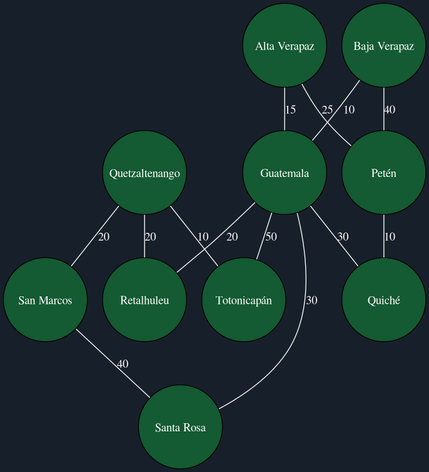
Marco131-xel/Edd_Proyecto2 keeps this Graphviz diagram as Rapidito/Mapa.png. Above is the earlier version. Its source is kept beside it as Rapidito/Mapa.dot.
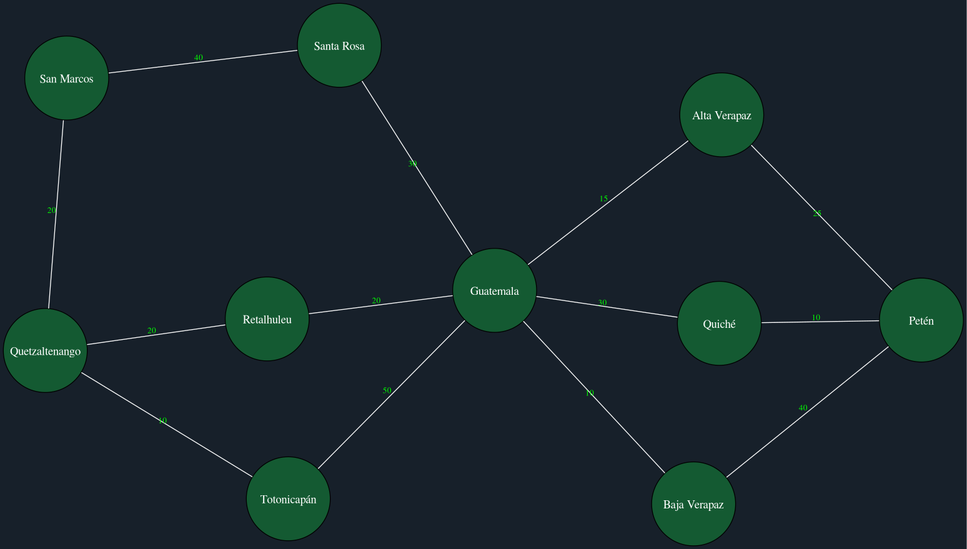
After the commit.

Commit message:
mejorando mapa

The edit, as a diff of the source:
```diff
@@ -2,17 +2,20 @@
   bgcolor="#17202a";
   node [style=filled, fillcolor="#145a32", fontcolor="white", shape=circle, width=1.4, fixedsize=true];
   edge [color="white", fontcolor="white"];
-  "Quetzaltenango" -- "Retalhuleu" [label="20"];
-  "Quetzaltenango" -- "Totonicapán" [label="10"];
-  "Quetzaltenango" -- "San Marcos" [label="20"];
-  "Alta Verapaz" -- "Petén" [label="25"];
-  "Alta Verapaz" -- "Guatemala" [label="15"];
-  "Petén" -- "Quiché" [label="10"];
-  "Guatemala" -- "Retalhuleu" [label="20"];
-  "Guatemala" -- "Totonicapán" [label="50"];
-  "Guatemala" -- "Santa Rosa" [label="30"];
-  "Guatemala" -- "Quiché" [label="30"];
-  "Baja Verapaz" -- "Guatemala" [label="10"];
-  "Baja Verapaz" -- "Petén" [label="40"];
-  "San Marcos" -- "Santa Rosa" [label="40"];
+  splines=true;
+  overlap=false;
+  layout=neato;
+  "Quetzaltenango" -- "Retalhuleu" [label="20", fontsize=10, fontcolor="green"];
+  "Quetzaltenango" -- "Totonicapán" [label="10", fontsize=10, fontcolor="green"];
+  "Quetzaltenango" -- "San Marcos" [label="20", fontsize=10, fontcolor="green"];
+  "Alta Verapaz" -- "Petén" [label="25", fontsize=10, fontcolor="green"];
+  "Alta Verapaz" -- "Guatemala" [label="15", fontsize=10, fontcolor="green"];
+  "Petén" -- "Quiché" [label="10", fontsize=10, fontcolor="green"];
+  "Guatemala" -- "Retalhuleu" [label="20", fontsize=10, fontcolor="green"];
+  "Guatemala" -- "Totonicapán" [label="50", fontsize=10, fontcolor="green"];
+  "Guatemala" -- "Santa Rosa" [label="30", fontsize=10, fontcolor="green"];
+  "Guatemala" -- "Quiché" [label="30", fontsize=10, fontcolor="green"];
+  "Baja Verapaz" -- "Guatemala" [label="10", fontsize=10, fontcolor="green"];
+  "Baja Verapaz" -- "Petén" [label="40", fontsize=10, fontcolor="green"];
+  "San Marcos" -- "Santa Rosa" [label="40", fontsize=10, fontcolor="green"];
 }
```
